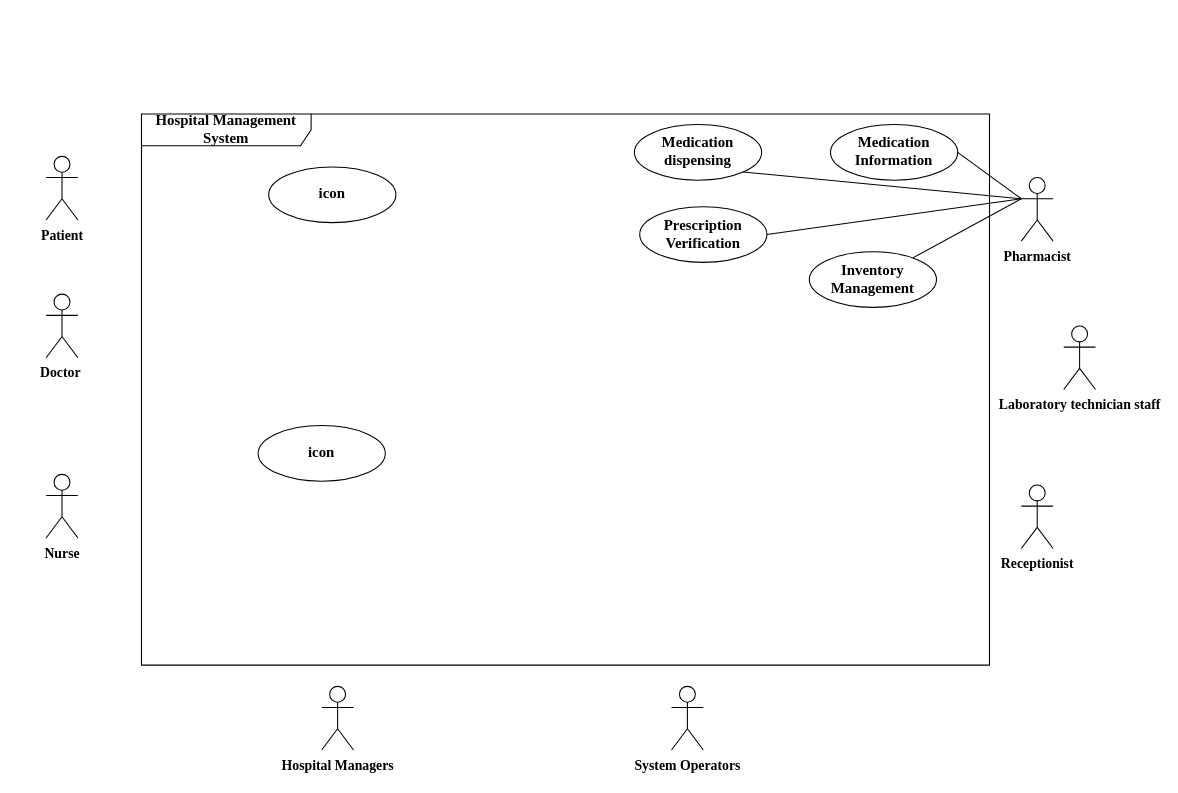
Earlier version of the draw.io diagram Use Case  Diagram.drawio (FOMOKN/Software-Engineering). Source tidied: cells renumbered, new cells numbered last; positions are measured from the earlier drawing's top-left corner, leaving out a move shared by most shapes. Both pictures are drawn from the tidied source at 106%, with x=0, y=0 at pixel (46, 113).
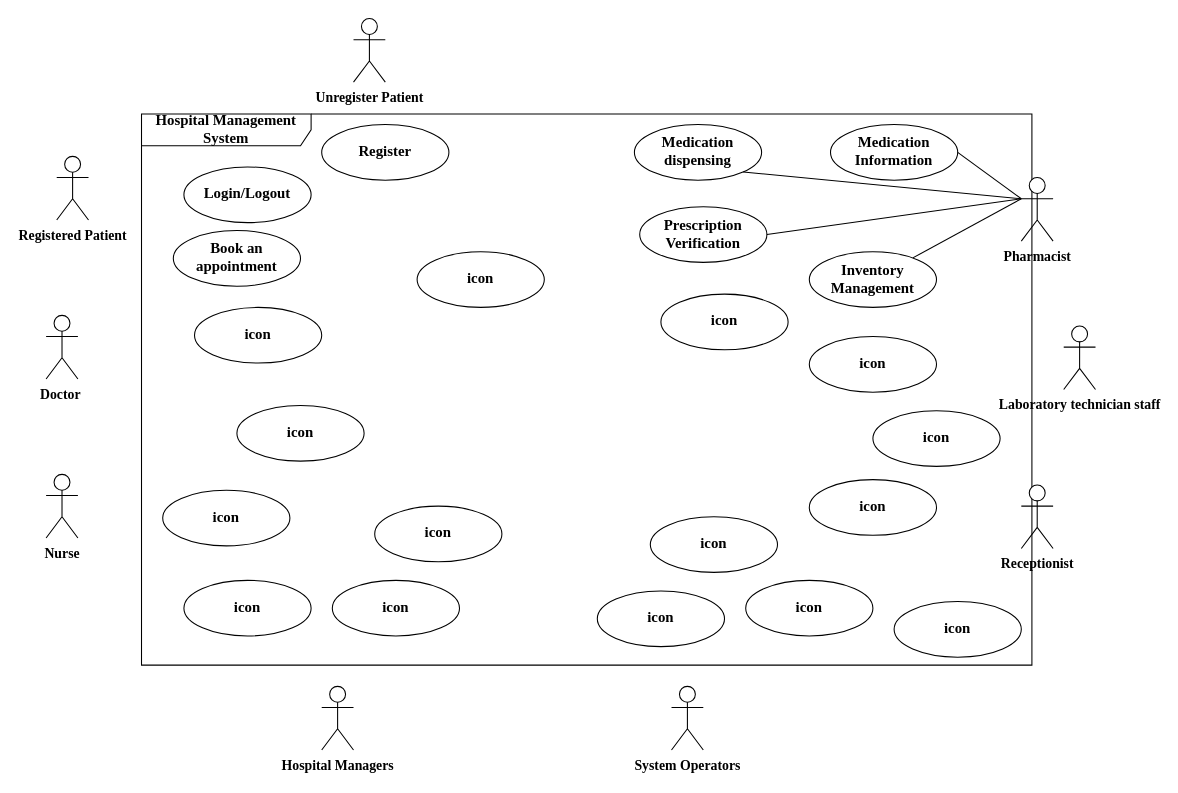
The same page after the edit.

What changed in the source:
```diff
@@
     <mxCell id="2" value="&lt;font size=&quot;1&quot; face=&quot;Times New Roman&quot;&gt;&lt;b style=&quot;font-size: 14px;&quot;&gt;Hospital Management System&lt;/b&gt;&lt;/font&gt;" style="shape=umlFrame;whiteSpace=wrap;html=1;width=160;" parent="1" vertex="1">
-      <mxGeometry x="90" width="800" height="520" as="geometry" />
+      <mxGeometry x="90" width="840" height="520" as="geometry" />
     </mxCell>
-    <mxCell id="3" value="&lt;font size=&quot;1&quot; face=&quot;Times New Roman&quot;&gt;&lt;b style=&quot;font-size: 14px;&quot;&gt;icon&lt;/b&gt;&lt;/font&gt;" style="ellipse;html=1;whiteSpace=wrap;" parent="2" vertex="1">
-      <mxGeometry x="120" y="50" width="120" height="52.5" as="geometry" />
+    <mxCell id="3" value="Login/Logout" style="ellipse;html=1;whiteSpace=wrap;fontFamily=Times New Roman;fontStyle=1;fontSize=14;" parent="2" vertex="1">
+      <mxGeometry x="40" y="50" width="120" height="52.5" as="geometry" />
     </mxCell>
@@
     <mxCell id="7" value="&lt;font size=&quot;1&quot; face=&quot;Times New Roman&quot;&gt;&lt;b style=&quot;font-size: 14px;&quot;&gt;icon&lt;/b&gt;&lt;/font&gt;" style="ellipse;html=1;whiteSpace=wrap;" parent="2" vertex="1">
-      <mxGeometry x="110" y="294" width="120" height="52.5" as="geometry" />
+      <mxGeometry x="490" y="170" width="120" height="52.5" as="geometry" />
     </mxCell>
@@
+    <mxCell id="21" value="Register" style="ellipse;html=1;whiteSpace=wrap;fontFamily=Times New Roman;fontStyle=1;fontSize=14;" parent="2" vertex="1">
+      <mxGeometry x="170" y="10" width="120" height="52.5" as="geometry" />
+    </mxCell>
+    <mxCell id="22" value="&lt;span style=&quot;color: rgb(0, 0, 0); font-size: 14px;&quot;&gt;Book an appointment&lt;/span&gt;" style="ellipse;html=1;whiteSpace=wrap;fontFamily=Times New Roman;fontStyle=1;fontSize=14;" parent="2" vertex="1">
+      <mxGeometry x="30" y="110" width="120" height="52.5" as="geometry" />
+    </mxCell>
+    <mxCell id="23" value="&lt;font size=&quot;1&quot; face=&quot;Times New Roman&quot;&gt;&lt;b style=&quot;font-size: 14px;&quot;&gt;icon&lt;/b&gt;&lt;/font&gt;" style="ellipse;html=1;whiteSpace=wrap;" parent="2" vertex="1">
+      <mxGeometry x="630" y="345" width="120" height="52.5" as="geometry" />
+    </mxCell>
+    <mxCell id="24" value="&lt;font size=&quot;1&quot; face=&quot;Times New Roman&quot;&gt;&lt;b style=&quot;font-size: 14px;&quot;&gt;icon&lt;/b&gt;&lt;/font&gt;" style="ellipse;html=1;whiteSpace=wrap;" parent="2" vertex="1">
+      <mxGeometry x="480" y="380" width="120" height="52.5" as="geometry" />
+    </mxCell>
+    <mxCell id="25" value="&lt;font size=&quot;1&quot; face=&quot;Times New Roman&quot;&gt;&lt;b style=&quot;font-size: 14px;&quot;&gt;icon&lt;/b&gt;&lt;/font&gt;" style="ellipse;html=1;whiteSpace=wrap;" parent="2" vertex="1">
+      <mxGeometry x="220" y="370" width="120" height="52.5" as="geometry" />
+    </mxCell>
+    <mxCell id="26" value="&lt;font size=&quot;1&quot; face=&quot;Times New Roman&quot;&gt;&lt;b style=&quot;font-size: 14px;&quot;&gt;icon&lt;/b&gt;&lt;/font&gt;" style="ellipse;html=1;whiteSpace=wrap;" parent="2" vertex="1">
+      <mxGeometry x="50" y="182.5" width="120" height="52.5" as="geometry" />
+    </mxCell>
+    <mxCell id="27" value="&lt;font size=&quot;1&quot; face=&quot;Times New Roman&quot;&gt;&lt;b style=&quot;font-size: 14px;&quot;&gt;icon&lt;/b&gt;&lt;/font&gt;" style="ellipse;html=1;whiteSpace=wrap;" parent="2" vertex="1">
+      <mxGeometry x="90" y="275" width="120" height="52.5" as="geometry" />
+    </mxCell>
+    <mxCell id="28" value="&lt;font size=&quot;1&quot; face=&quot;Times New Roman&quot;&gt;&lt;b style=&quot;font-size: 14px;&quot;&gt;icon&lt;/b&gt;&lt;/font&gt;" style="ellipse;html=1;whiteSpace=wrap;" parent="2" vertex="1">
+      <mxGeometry x="430" y="450" width="120" height="52.5" as="geometry" />
+    </mxCell>
+    <mxCell id="29" value="&lt;font size=&quot;1&quot; face=&quot;Times New Roman&quot;&gt;&lt;b style=&quot;font-size: 14px;&quot;&gt;icon&lt;/b&gt;&lt;/font&gt;" style="ellipse;html=1;whiteSpace=wrap;" parent="2" vertex="1">
+      <mxGeometry x="260" y="130" width="120" height="52.5" as="geometry" />
+    </mxCell>
+    <mxCell id="30" value="&lt;font size=&quot;1&quot; face=&quot;Times New Roman&quot;&gt;&lt;b style=&quot;font-size: 14px;&quot;&gt;icon&lt;/b&gt;&lt;/font&gt;" style="ellipse;html=1;whiteSpace=wrap;" parent="2" vertex="1">
+      <mxGeometry x="20" y="355" width="120" height="52.5" as="geometry" />
+    </mxCell>
+    <mxCell id="31" value="&lt;font size=&quot;1&quot; face=&quot;Times New Roman&quot;&gt;&lt;b style=&quot;font-size: 14px;&quot;&gt;icon&lt;/b&gt;&lt;/font&gt;" style="ellipse;html=1;whiteSpace=wrap;" parent="2" vertex="1">
+      <mxGeometry x="570" y="440" width="120" height="52.5" as="geometry" />
+    </mxCell>
+    <mxCell id="32" value="&lt;font size=&quot;1&quot; face=&quot;Times New Roman&quot;&gt;&lt;b style=&quot;font-size: 14px;&quot;&gt;icon&lt;/b&gt;&lt;/font&gt;" style="ellipse;html=1;whiteSpace=wrap;" parent="2" vertex="1">
+      <mxGeometry x="40" y="440" width="120" height="52.5" as="geometry" />
+    </mxCell>
+    <mxCell id="33" value="&lt;font size=&quot;1&quot; face=&quot;Times New Roman&quot;&gt;&lt;b style=&quot;font-size: 14px;&quot;&gt;icon&lt;/b&gt;&lt;/font&gt;" style="ellipse;html=1;whiteSpace=wrap;" parent="2" vertex="1">
+      <mxGeometry x="630" y="210" width="120" height="52.5" as="geometry" />
+    </mxCell>
+    <mxCell id="34" value="&lt;font size=&quot;1&quot; face=&quot;Times New Roman&quot;&gt;&lt;b style=&quot;font-size: 14px;&quot;&gt;icon&lt;/b&gt;&lt;/font&gt;" style="ellipse;html=1;whiteSpace=wrap;" parent="2" vertex="1">
+      <mxGeometry x="690" y="280" width="120" height="52.5" as="geometry" />
+    </mxCell>
+    <mxCell id="35" value="&lt;font size=&quot;1&quot; face=&quot;Times New Roman&quot;&gt;&lt;b style=&quot;font-size: 14px;&quot;&gt;icon&lt;/b&gt;&lt;/font&gt;" style="ellipse;html=1;whiteSpace=wrap;" parent="2" vertex="1">
+      <mxGeometry x="710" y="460" width="120" height="52.5" as="geometry" />
+    </mxCell>
+    <mxCell id="36" value="&lt;font size=&quot;1&quot; face=&quot;Times New Roman&quot;&gt;&lt;b style=&quot;font-size: 14px;&quot;&gt;icon&lt;/b&gt;&lt;/font&gt;" style="ellipse;html=1;whiteSpace=wrap;" parent="2" vertex="1">
+      <mxGeometry x="180" y="440" width="120" height="52.5" as="geometry" />
+    </mxCell>
     <mxCell id="10" value="&lt;font size=&quot;1&quot; face=&quot;Times New Roman&quot;&gt;&lt;b style=&quot;font-size: 13px;&quot;&gt;Doctor&amp;nbsp;&lt;/b&gt;&lt;/font&gt;" style="shape=umlActor;verticalLabelPosition=bottom;verticalAlign=top;html=1;" parent="1" vertex="1">
-      <mxGeometry y="170" width="30" height="60" as="geometry" />
+      <mxGeometry y="190" width="30" height="60" as="geometry" />
     </mxCell>
-    <mxCell id="11" value="&lt;font size=&quot;1&quot; face=&quot;Times New Roman&quot;&gt;&lt;b style=&quot;font-size: 13px;&quot;&gt;Patient&lt;/b&gt;&lt;/font&gt;" style="shape=umlActor;verticalLabelPosition=bottom;verticalAlign=top;html=1;" parent="1" vertex="1">
-      <mxGeometry y="40" width="30" height="60" as="geometry" />
+    <mxCell id="11" value="&lt;font size=&quot;1&quot; face=&quot;Times New Roman&quot;&gt;&lt;b style=&quot;font-size: 13px;&quot;&gt;Registered Patient&lt;/b&gt;&lt;/font&gt;" style="shape=umlActor;verticalLabelPosition=bottom;verticalAlign=top;html=1;" parent="1" vertex="1">
+      <mxGeometry x="10" y="40" width="30" height="60" as="geometry" />
     </mxCell>
@@
+    <mxCell id="37" value="&lt;font size=&quot;1&quot; face=&quot;Times New Roman&quot;&gt;&lt;b style=&quot;font-size: 13px;&quot;&gt;Unregister Patient&lt;/b&gt;&lt;/font&gt;" style="shape=umlActor;verticalLabelPosition=bottom;verticalAlign=top;html=1;" parent="1" vertex="1">
+      <mxGeometry x="290" y="-90" width="30" height="60" as="geometry" />
+    </mxCell>
```
